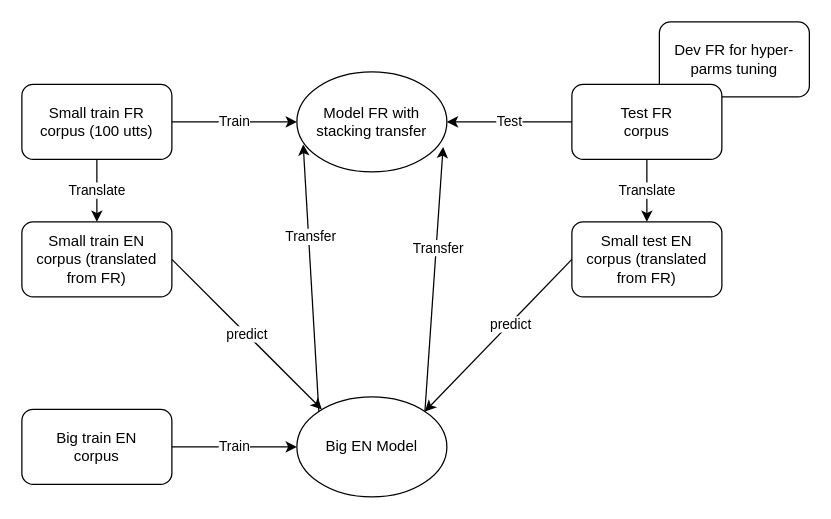
Above: Jiri.drawio in cerisara/draws (draw.io), before the change. Source tidied: cells renumbered, new cells numbered last; positions are measured from the earlier drawing's top-left corner, leaving out a move shared by most shapes. Both pictures are drawn from the tidied source at 125%, with x=0, y=0 at pixel (21, 21).
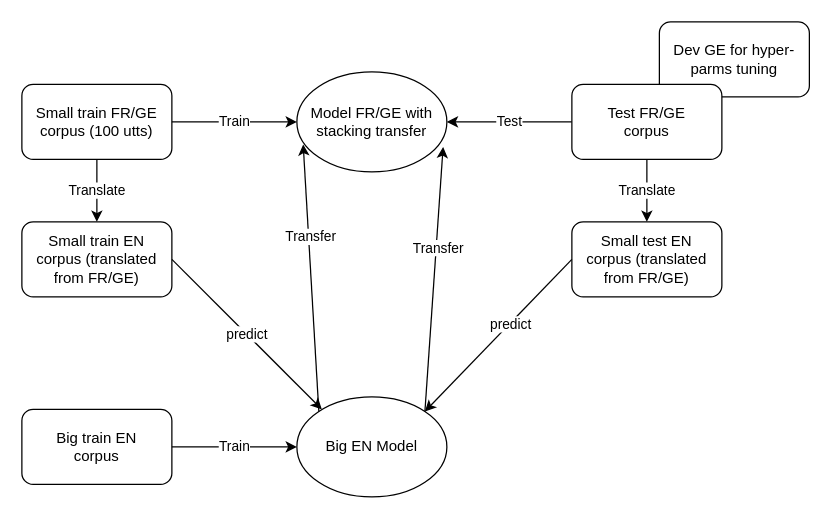
After the change.

Diff of the diagram source:
```diff
@@
-    <mxCell id="2" value="&lt;div&gt;Small train FR&lt;/div&gt;&lt;div&gt;corpus (100 utts)&lt;br&gt;&lt;/div&gt;" style="rounded=1;whiteSpace=wrap;html=1;" parent="1" vertex="1">
+    <mxCell id="2" value="&lt;div&gt;Small train FR/GE&lt;/div&gt;&lt;div&gt;corpus (100 utts)&lt;br&gt;&lt;/div&gt;" style="rounded=1;whiteSpace=wrap;html=1;" parent="1" vertex="1">
       <mxGeometry y="50" width="120" height="60" as="geometry" />
     </mxCell>
-    <mxCell id="3" value="&lt;div&gt;Model FR with&lt;/div&gt;&lt;div&gt;stacking transfer&lt;br&gt;&lt;/div&gt;" style="ellipse;whiteSpace=wrap;html=1;" parent="1" vertex="1">
+    <mxCell id="3" value="&lt;div&gt;Model FR/GE with&lt;/div&gt;&lt;div&gt;stacking transfer&lt;br&gt;&lt;/div&gt;" style="ellipse;whiteSpace=wrap;html=1;" parent="1" vertex="1">
       <mxGeometry x="220" y="40" width="120" height="80" as="geometry" />
     </mxCell>
@@
-    <mxCell id="10" value="&lt;div&gt;Small train EN&lt;/div&gt;&lt;div&gt;corpus (translated from FR)&lt;br&gt;&lt;/div&gt;" style="rounded=1;whiteSpace=wrap;html=1;" parent="1" vertex="1">
+    <mxCell id="10" value="&lt;div&gt;Small train EN&lt;/div&gt;&lt;div&gt;corpus (translated from FR/GE)&lt;br&gt;&lt;/div&gt;" style="rounded=1;whiteSpace=wrap;html=1;" parent="1" vertex="1">
       <mxGeometry y="160" width="120" height="60" as="geometry" />
     </mxCell>
@@
-    <mxCell id="12" value="&lt;div&gt;Small test EN&lt;/div&gt;&lt;div&gt;corpus (translated from FR)&lt;br&gt;&lt;/div&gt;" style="rounded=1;whiteSpace=wrap;html=1;" parent="1" vertex="1">
+    <mxCell id="12" value="&lt;div&gt;Small test EN&lt;/div&gt;&lt;div&gt;corpus (translated from FR/GE)&lt;br&gt;&lt;/div&gt;" style="rounded=1;whiteSpace=wrap;html=1;" parent="1" vertex="1">
       <mxGeometry x="440" y="160" width="120" height="60" as="geometry" />
     </mxCell>
@@
-    <mxCell id="20" value="Dev FR for hyper-parms tuning" style="rounded=1;whiteSpace=wrap;html=1;" parent="1" vertex="1">
+    <mxCell id="20" value="Dev GE for hyper-parms tuning" style="rounded=1;whiteSpace=wrap;html=1;" parent="1" vertex="1">
       <mxGeometry x="510" width="120" height="60" as="geometry" />
     </mxCell>
-    <mxCell id="21" value="&lt;div&gt;Test FR&lt;/div&gt;&lt;div&gt;corpus&lt;br&gt;&lt;/div&gt;" style="rounded=1;whiteSpace=wrap;html=1;" parent="1" vertex="1">
+    <mxCell id="21" value="&lt;div&gt;Test FR/GE&lt;/div&gt;&lt;div&gt;corpus&lt;br&gt;&lt;/div&gt;" style="rounded=1;whiteSpace=wrap;html=1;" parent="1" vertex="1">
       <mxGeometry x="440" y="50" width="120" height="60" as="geometry" />
     </mxCell>
```
